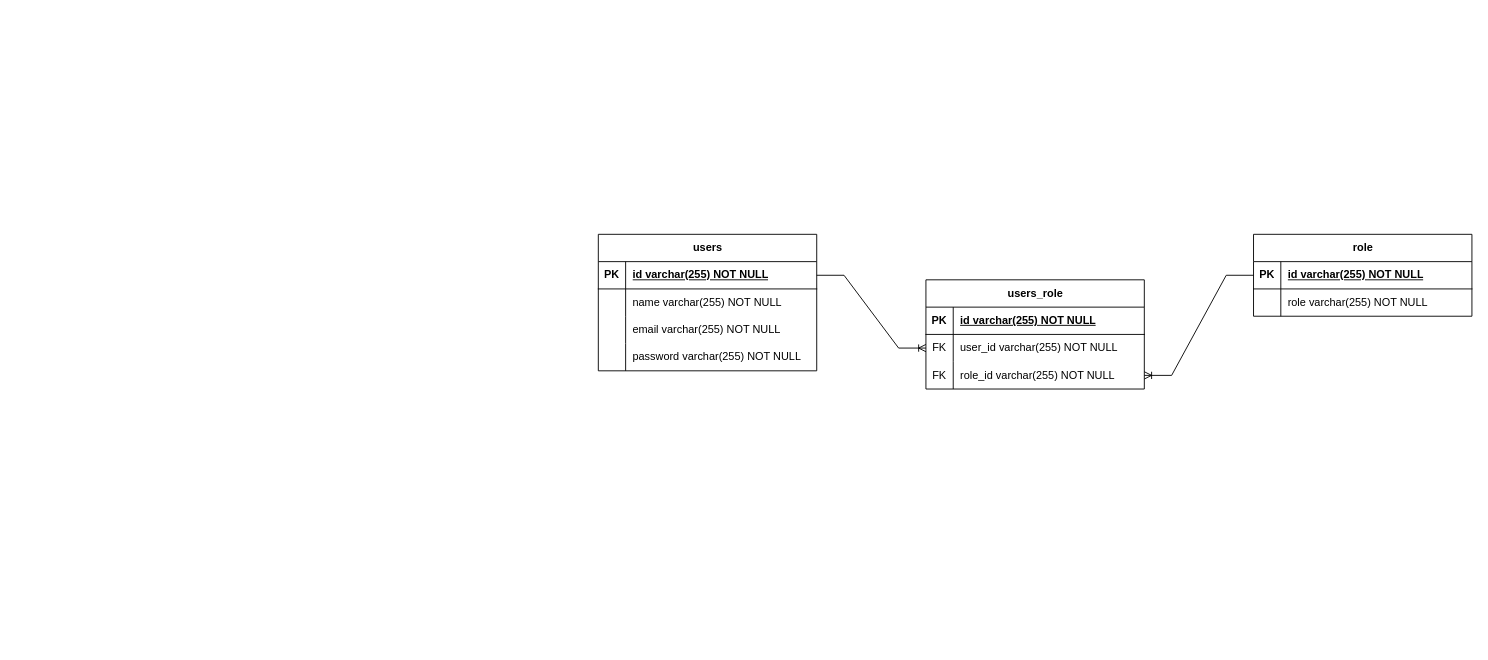
Above: Untitled Diagram.drawio in isalzufari/sayembaara (draw.io), before the change. Source tidied: cells renumbered, new cells numbered last; positions are measured from the earlier drawing's top-left corner, leaving out a move shared by most shapes. Both pictures are drawn from the tidied source at 91%, with x=0, y=0 at pixel (598, 234).
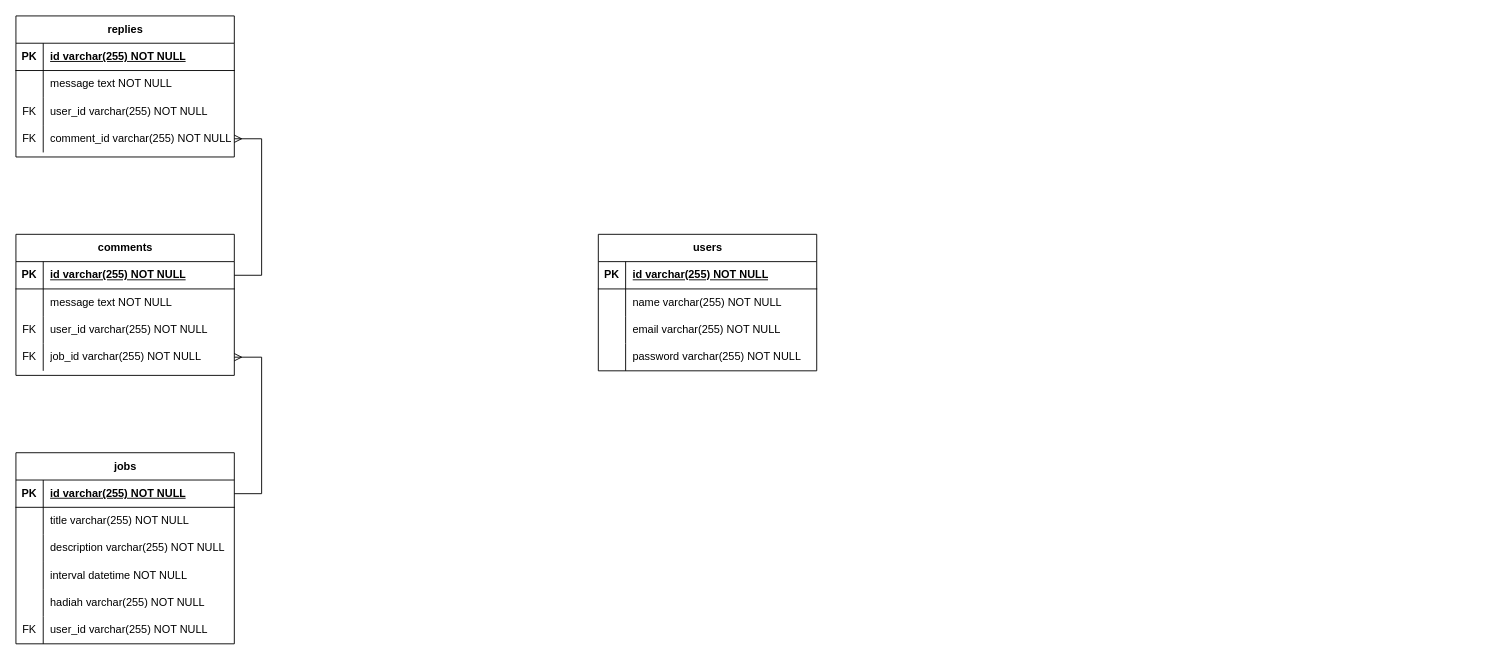
After the change.

Commit message:
ERD: Job Comment Reply

Unchanged cells that the change refers to:
```xml
<mxCell id="3" style="shape=tableRow;horizontal=0;startSize=0;swimlaneHead=0;swimlaneBody=0;fillColor=none;points=[[0,0.5],[1,0.5]];portConstraint=eastwest;top=0;left=0;right=0;bottom=1;" parent="2" vertex="1">
  <mxGeometry y="30" width="240" height="30" as="geometry" />
</mxCell>
```

The edit, as a diff of the source:
```diff
@@
-    <mxCell id="15" value="role" style="shape=table;startSize=30;childLayout=tableLayout;rowLines=0;fontStyle=1;align=center;html=1;" parent="1" vertex="1">
-      <mxGeometry x="720" width="240" height="90" as="geometry" />
-    </mxCell>
-    <mxCell id="16" style="shape=tableRow;horizontal=0;startSize=0;swimlaneHead=0;swimlaneBody=0;fillColor=none;points=[[0,0.5],[1,0.5]];portConstraint=eastwest;top=0;left=0;right=0;bottom=1;" parent="15" vertex="1">
-      <mxGeometry y="30" width="240" height="30" as="geometry" />
-    </mxCell>
-    <mxCell id="17" value="PK" style="shape=partialRectangle;fillColor=none;top=0;left=0;bottom=0;right=0;fontStyle=1;overflow=hidden;whiteSpace=wrap;html=1;" parent="16" vertex="1">
-      <mxGeometry width="30" height="30" as="geometry" />
-    </mxCell>
-    <mxCell id="18" value="id varchar(255) NOT NULL" style="shape=partialRectangle;fillColor=none;top=0;left=0;bottom=0;right=0;align=left;spacingLeft=6;fontStyle=5;overflow=hidden;whiteSpace=wrap;html=1;" parent="16" vertex="1">
-      <mxGeometry x="30" width="210" height="30" as="geometry" />
-    </mxCell>
-    <mxCell id="19" style="shape=tableRow;horizontal=0;startSize=0;swimlaneHead=0;swimlaneBody=0;fillColor=none;top=0;left=0;right=0;bottom=0;" parent="15" vertex="1">
-      <mxGeometry y="60" width="240" height="30" as="geometry" />
-    </mxCell>
-    <mxCell id="20" style="shape=partialRectangle;fillColor=none;top=0;left=0;bottom=0;right=0;overflow=hidden;whiteSpace=wrap;html=1;" parent="19" vertex="1">
-      <mxGeometry width="30" height="30" as="geometry" />
-    </mxCell>
-    <mxCell id="21" value="role varchar(255) NOT NULL" style="shape=partialRectangle;fillColor=none;top=0;left=0;bottom=0;right=0;align=left;spacingLeft=6;overflow=hidden;whiteSpace=wrap;html=1;" parent="19" vertex="1">
-      <mxGeometry x="30" width="210" height="30" as="geometry" />
-    </mxCell>
-    <mxCell id="22" value="users_role" style="shape=table;startSize=30;childLayout=tableLayout;rowLines=0;fontStyle=1;align=center;html=1;" parent="1" vertex="1">
-      <mxGeometry x="360" y="50" width="240" height="120" as="geometry" />
-    </mxCell>
-    <mxCell id="23" style="shape=tableRow;horizontal=0;startSize=0;swimlaneHead=0;swimlaneBody=0;fillColor=none;top=0;left=0;right=0;bottom=1;" parent="22" vertex="1">
-      <mxGeometry y="30" width="240" height="30" as="geometry" />
-    </mxCell>
-    <mxCell id="24" value="PK" style="shape=partialRectangle;fillColor=none;top=0;left=0;bottom=0;right=0;fontStyle=1;overflow=hidden;whiteSpace=wrap;html=1;" parent="23" vertex="1">
-      <mxGeometry width="30" height="30" as="geometry" />
-    </mxCell>
-    <mxCell id="25" value="id varchar(255) NOT NULL" style="shape=partialRectangle;fillColor=none;top=0;left=0;bottom=0;right=0;align=left;spacingLeft=6;fontStyle=5;overflow=hidden;whiteSpace=wrap;html=1;" parent="23" vertex="1">
-      <mxGeometry x="30" width="210" height="30" as="geometry" />
-    </mxCell>
-    <mxCell id="26" style="shape=tableRow;horizontal=0;startSize=0;swimlaneHead=0;swimlaneBody=0;fillColor=none;points=[[0,0.5],[1,0.5]];portConstraint=eastwest;top=0;left=0;right=0;bottom=0;" parent="22" vertex="1">
-      <mxGeometry y="60" width="240" height="30" as="geometry" />
-    </mxCell>
-    <mxCell id="27" value="FK" style="shape=partialRectangle;fillColor=none;top=0;left=0;bottom=0;right=0;overflow=hidden;whiteSpace=wrap;html=1;" parent="26" vertex="1">
-      <mxGeometry width="30" height="30" as="geometry" />
-    </mxCell>
-    <mxCell id="28" value="user_id varchar(255) NOT NULL" style="shape=partialRectangle;fillColor=none;top=0;left=0;bottom=0;right=0;align=left;spacingLeft=6;overflow=hidden;whiteSpace=wrap;html=1;" parent="26" vertex="1">
-      <mxGeometry x="30" width="210" height="30" as="geometry" />
-    </mxCell>
-    <mxCell id="29" style="shape=tableRow;horizontal=0;startSize=0;swimlaneHead=0;swimlaneBody=0;fillColor=none;points=[[0,0.5],[1,0.5]];portConstraint=eastwest;top=0;left=0;right=0;bottom=0;" parent="22" vertex="1">
-      <mxGeometry y="90" width="240" height="30" as="geometry" />
-    </mxCell>
-    <mxCell id="30" value="FK" style="shape=partialRectangle;fillColor=none;top=0;left=0;bottom=0;right=0;overflow=hidden;whiteSpace=wrap;html=1;" parent="29" vertex="1">
-      <mxGeometry width="30" height="30" as="geometry" />
-    </mxCell>
-    <mxCell id="31" value="role_id varchar(255) NOT NULL" style="shape=partialRectangle;fillColor=none;top=0;left=0;bottom=0;right=0;align=left;spacingLeft=6;overflow=hidden;whiteSpace=wrap;html=1;" parent="29" vertex="1">
-      <mxGeometry x="30" width="210" height="30" as="geometry" />
-    </mxCell>
-    <mxCell id="32" style="edgeStyle=entityRelationEdgeStyle;fontSize=12;html=1;endArrow=ERoneToMany;rounded=0;" parent="1" edge="1" source="3" target="26">
-      <mxGeometry relative="1" as="geometry" />
-    </mxCell>
-    <mxCell id="33" style="edgeStyle=entityRelationEdgeStyle;fontSize=12;html=1;endArrow=ERoneToMany;rounded=0;" parent="1" edge="1" source="16" target="29">
-      <mxGeometry relative="1" as="geometry" />
-    </mxCell>
+    <mxCell id="34" value="jobs" style="shape=table;startSize=30;childLayout=tableLayout;rowLines=0;fontStyle=1;align=center;html=1;" parent="1" vertex="1">
+      <mxGeometry x="-640" y="240" width="240" height="210" as="geometry" />
+    </mxCell>
+    <mxCell id="35" style="shape=tableRow;horizontal=0;startSize=0;swimlaneHead=0;swimlaneBody=0;fillColor=none;points=[[0,0.5],[1,0.5]];portConstraint=eastwest;top=0;left=0;right=0;bottom=1;" parent="34" vertex="1">
+      <mxGeometry y="30" width="240" height="30" as="geometry" />
+    </mxCell>
+    <mxCell id="36" value="PK" style="shape=partialRectangle;fillColor=none;top=0;left=0;bottom=0;right=0;fontStyle=1;overflow=hidden;whiteSpace=wrap;html=1;" parent="35" vertex="1">
+      <mxGeometry width="30" height="30" as="geometry" />
+    </mxCell>
+    <mxCell id="37" value="id varchar(255) NOT NULL" style="shape=partialRectangle;fillColor=none;top=0;left=0;bottom=0;right=0;align=left;spacingLeft=6;fontStyle=5;overflow=hidden;whiteSpace=wrap;html=1;" parent="35" vertex="1">
+      <mxGeometry x="30" width="210" height="30" as="geometry" />
+    </mxCell>
+    <mxCell id="38" style="shape=tableRow;horizontal=0;startSize=0;swimlaneHead=0;swimlaneBody=0;fillColor=none;top=0;left=0;right=0;bottom=0;" parent="34" vertex="1">
+      <mxGeometry y="60" width="240" height="30" as="geometry" />
+    </mxCell>
+    <mxCell id="39" style="shape=partialRectangle;fillColor=none;top=0;left=0;bottom=0;right=0;overflow=hidden;whiteSpace=wrap;html=1;" parent="38" vertex="1">
+      <mxGeometry width="30" height="30" as="geometry" />
+    </mxCell>
+    <mxCell id="40" value="title varchar(255) NOT NULL" style="shape=partialRectangle;fillColor=none;top=0;left=0;bottom=0;right=0;align=left;spacingLeft=6;overflow=hidden;whiteSpace=wrap;html=1;" parent="38" vertex="1">
+      <mxGeometry x="30" width="210" height="30" as="geometry" />
+    </mxCell>
+    <mxCell id="41" style="shape=tableRow;horizontal=0;startSize=0;swimlaneHead=0;swimlaneBody=0;fillColor=none;top=0;left=0;right=0;bottom=0;" parent="34" vertex="1">
+      <mxGeometry y="90" width="240" height="30" as="geometry" />
+    </mxCell>
+    <mxCell id="42" style="shape=partialRectangle;fillColor=none;top=0;left=0;bottom=0;right=0;overflow=hidden;whiteSpace=wrap;html=1;" parent="41" vertex="1">
+      <mxGeometry width="30" height="30" as="geometry" />
+    </mxCell>
+    <mxCell id="43" value="description varchar(255) NOT NULL" style="shape=partialRectangle;fillColor=none;top=0;left=0;bottom=0;right=0;align=left;spacingLeft=6;overflow=hidden;whiteSpace=wrap;html=1;" parent="41" vertex="1">
+      <mxGeometry x="30" width="210" height="30" as="geometry" />
+    </mxCell>
+    <mxCell id="44" style="shape=tableRow;horizontal=0;startSize=0;swimlaneHead=0;swimlaneBody=0;fillColor=none;top=0;left=0;right=0;bottom=0;" parent="34" vertex="1">
+      <mxGeometry y="120" width="240" height="30" as="geometry" />
+    </mxCell>
+    <mxCell id="45" style="shape=partialRectangle;fillColor=none;top=0;left=0;bottom=0;right=0;overflow=hidden;whiteSpace=wrap;html=1;" parent="44" vertex="1">
+      <mxGeometry width="30" height="30" as="geometry" />
+    </mxCell>
+    <mxCell id="46" value="interval datetime NOT NULL" style="shape=partialRectangle;fillColor=none;top=0;left=0;bottom=0;right=0;align=left;spacingLeft=6;overflow=hidden;whiteSpace=wrap;html=1;" parent="44" vertex="1">
+      <mxGeometry x="30" width="210" height="30" as="geometry" />
+    </mxCell>
+    <mxCell id="47" style="shape=tableRow;horizontal=0;startSize=0;swimlaneHead=0;swimlaneBody=0;fillColor=none;top=0;left=0;right=0;bottom=0;" parent="34" vertex="1">
+      <mxGeometry y="150" width="240" height="30" as="geometry" />
+    </mxCell>
+    <mxCell id="48" style="shape=partialRectangle;fillColor=none;top=0;left=0;bottom=0;right=0;overflow=hidden;whiteSpace=wrap;html=1;" parent="47" vertex="1">
+      <mxGeometry width="30" height="30" as="geometry" />
+    </mxCell>
+    <mxCell id="49" value="hadiah varchar(255) NOT NULL" style="shape=partialRectangle;fillColor=none;top=0;left=0;bottom=0;right=0;align=left;spacingLeft=6;overflow=hidden;whiteSpace=wrap;html=1;" parent="47" vertex="1">
+      <mxGeometry x="30" width="210" height="30" as="geometry" />
+    </mxCell>
+    <mxCell id="50" style="shape=tableRow;horizontal=0;startSize=0;swimlaneHead=0;swimlaneBody=0;fillColor=none;top=0;left=0;right=0;bottom=0;" parent="34" vertex="1">
+      <mxGeometry y="180" width="240" height="30" as="geometry" />
+    </mxCell>
+    <mxCell id="51" value="FK" style="shape=partialRectangle;fillColor=none;top=0;left=0;bottom=0;right=0;overflow=hidden;whiteSpace=wrap;html=1;" parent="50" vertex="1">
+      <mxGeometry width="30" height="30" as="geometry" />
+    </mxCell>
+    <mxCell id="52" value="user_id varchar(255) NOT NULL" style="shape=partialRectangle;fillColor=none;top=0;left=0;bottom=0;right=0;align=left;spacingLeft=6;overflow=hidden;whiteSpace=wrap;html=1;" parent="50" vertex="1">
+      <mxGeometry x="30" width="210" height="30" as="geometry" />
+    </mxCell>
+    <mxCell id="53" value="comments" style="shape=table;startSize=30;childLayout=tableLayout;rowLines=0;fontStyle=1;align=center;html=1;" parent="1" vertex="1">
+      <mxGeometry x="-640" width="240" height="155" as="geometry" />
+    </mxCell>
+    <mxCell id="54" style="shape=tableRow;horizontal=0;startSize=0;swimlaneHead=0;swimlaneBody=0;fillColor=none;points=[[0,0.5],[1,0.5]];portConstraint=eastwest;top=0;left=0;right=0;bottom=1;" parent="53" vertex="1">
+      <mxGeometry y="30" width="240" height="30" as="geometry" />
+    </mxCell>
+    <mxCell id="55" value="PK" style="shape=partialRectangle;fillColor=none;top=0;left=0;bottom=0;right=0;fontStyle=1;overflow=hidden;whiteSpace=wrap;html=1;" parent="54" vertex="1">
+      <mxGeometry width="30" height="30" as="geometry" />
+    </mxCell>
+    <mxCell id="56" value="id varchar(255) NOT NULL" style="shape=partialRectangle;fillColor=none;top=0;left=0;bottom=0;right=0;align=left;spacingLeft=6;fontStyle=5;overflow=hidden;whiteSpace=wrap;html=1;" parent="54" vertex="1">
+      <mxGeometry x="30" width="210" height="30" as="geometry" />
+    </mxCell>
+    <mxCell id="57" style="shape=tableRow;horizontal=0;startSize=0;swimlaneHead=0;swimlaneBody=0;fillColor=none;top=0;left=0;right=0;bottom=0;" parent="53" vertex="1">
+      <mxGeometry y="60" width="240" height="30" as="geometry" />
+    </mxCell>
+    <mxCell id="58" style="shape=partialRectangle;fillColor=none;top=0;left=0;bottom=0;right=0;overflow=hidden;whiteSpace=wrap;html=1;" parent="57" vertex="1">
+      <mxGeometry width="30" height="30" as="geometry" />
+    </mxCell>
+    <mxCell id="59" value="message text NOT NULL" style="shape=partialRectangle;fillColor=none;top=0;left=0;bottom=0;right=0;align=left;spacingLeft=6;overflow=hidden;whiteSpace=wrap;html=1;" parent="57" vertex="1">
+      <mxGeometry x="30" width="210" height="30" as="geometry" />
+    </mxCell>
+    <mxCell id="60" style="shape=tableRow;horizontal=0;startSize=0;swimlaneHead=0;swimlaneBody=0;fillColor=none;top=0;left=0;right=0;bottom=0;" parent="53" vertex="1">
+      <mxGeometry y="90" width="240" height="30" as="geometry" />
+    </mxCell>
+    <mxCell id="61" value="FK" style="shape=partialRectangle;fillColor=none;top=0;left=0;bottom=0;right=0;overflow=hidden;whiteSpace=wrap;html=1;" parent="60" vertex="1">
+      <mxGeometry width="30" height="30" as="geometry" />
+    </mxCell>
+    <mxCell id="62" value="user_id varchar(255) NOT NULL" style="shape=partialRectangle;fillColor=none;top=0;left=0;bottom=0;right=0;align=left;spacingLeft=6;overflow=hidden;whiteSpace=wrap;html=1;" parent="60" vertex="1">
+      <mxGeometry x="30" width="210" height="30" as="geometry" />
+    </mxCell>
+    <mxCell id="63" style="shape=tableRow;horizontal=0;startSize=0;swimlaneHead=0;swimlaneBody=0;fillColor=none;points=[[0,0.5],[1,0.5]];portConstraint=eastwest;top=0;left=0;right=0;bottom=0;" parent="53" vertex="1">
+      <mxGeometry y="120" width="240" height="30" as="geometry" />
+    </mxCell>
+    <mxCell id="64" value="FK" style="shape=partialRectangle;fillColor=none;top=0;left=0;bottom=0;right=0;overflow=hidden;whiteSpace=wrap;html=1;" parent="63" vertex="1">
+      <mxGeometry width="30" height="30" as="geometry" />
+    </mxCell>
+    <mxCell id="65" value="job_id varchar(255) NOT NULL" style="shape=partialRectangle;fillColor=none;top=0;left=0;bottom=0;right=0;align=left;spacingLeft=6;overflow=hidden;whiteSpace=wrap;html=1;" parent="63" vertex="1">
+      <mxGeometry x="30" width="210" height="30" as="geometry" />
+    </mxCell>
+    <mxCell id="66" value="replies" style="shape=table;startSize=30;childLayout=tableLayout;rowLines=0;fontStyle=1;align=center;html=1;" parent="1" vertex="1">
+      <mxGeometry x="-640" y="-240" width="240" height="155" as="geometry" />
+    </mxCell>
+    <mxCell id="67" style="shape=tableRow;horizontal=0;startSize=0;swimlaneHead=0;swimlaneBody=0;fillColor=none;top=0;left=0;right=0;bottom=1;" parent="66" vertex="1">
+      <mxGeometry y="30" width="240" height="30" as="geometry" />
+    </mxCell>
+    <mxCell id="68" value="PK" style="shape=partialRectangle;fillColor=none;top=0;left=0;bottom=0;right=0;fontStyle=1;overflow=hidden;whiteSpace=wrap;html=1;" parent="67" vertex="1">
+      <mxGeometry width="30" height="30" as="geometry" />
+    </mxCell>
+    <mxCell id="69" value="id varchar(255) NOT NULL" style="shape=partialRectangle;fillColor=none;top=0;left=0;bottom=0;right=0;align=left;spacingLeft=6;fontStyle=5;overflow=hidden;whiteSpace=wrap;html=1;" parent="67" vertex="1">
+      <mxGeometry x="30" width="210" height="30" as="geometry" />
+    </mxCell>
+    <mxCell id="70" style="shape=tableRow;horizontal=0;startSize=0;swimlaneHead=0;swimlaneBody=0;fillColor=none;top=0;left=0;right=0;bottom=0;" parent="66" vertex="1">
+      <mxGeometry y="60" width="240" height="30" as="geometry" />
+    </mxCell>
+    <mxCell id="71" style="shape=partialRectangle;fillColor=none;top=0;left=0;bottom=0;right=0;overflow=hidden;whiteSpace=wrap;html=1;" parent="70" vertex="1">
+      <mxGeometry width="30" height="30" as="geometry" />
+    </mxCell>
+    <mxCell id="72" value="message text NOT NULL" style="shape=partialRectangle;fillColor=none;top=0;left=0;bottom=0;right=0;align=left;spacingLeft=6;overflow=hidden;whiteSpace=wrap;html=1;" parent="70" vertex="1">
+      <mxGeometry x="30" width="210" height="30" as="geometry" />
+    </mxCell>
+    <mxCell id="73" style="shape=tableRow;horizontal=0;startSize=0;swimlaneHead=0;swimlaneBody=0;fillColor=none;top=0;left=0;right=0;bottom=0;" parent="66" vertex="1">
+      <mxGeometry y="90" width="240" height="30" as="geometry" />
+    </mxCell>
+    <mxCell id="74" value="FK" style="shape=partialRectangle;fillColor=none;top=0;left=0;bottom=0;right=0;overflow=hidden;whiteSpace=wrap;html=1;" parent="73" vertex="1">
+      <mxGeometry width="30" height="30" as="geometry" />
+    </mxCell>
+    <mxCell id="75" value="user_id varchar(255) NOT NULL" style="shape=partialRectangle;fillColor=none;top=0;left=0;bottom=0;right=0;align=left;spacingLeft=6;overflow=hidden;whiteSpace=wrap;html=1;" parent="73" vertex="1">
+      <mxGeometry x="30" width="210" height="30" as="geometry" />
+    </mxCell>
+    <mxCell id="76" style="shape=tableRow;horizontal=0;startSize=0;swimlaneHead=0;swimlaneBody=0;fillColor=none;points=[[0,0.5],[1,0.5]];portConstraint=eastwest;top=0;left=0;right=0;bottom=0;" parent="66" vertex="1">
+      <mxGeometry y="120" width="240" height="30" as="geometry" />
+    </mxCell>
+    <mxCell id="77" value="FK" style="shape=partialRectangle;fillColor=none;top=0;left=0;bottom=0;right=0;overflow=hidden;whiteSpace=wrap;html=1;" parent="76" vertex="1">
+      <mxGeometry width="30" height="30" as="geometry" />
+    </mxCell>
+    <mxCell id="78" value="comment_id varchar(255) NOT NULL" style="shape=partialRectangle;fillColor=none;top=0;left=0;bottom=0;right=0;align=left;spacingLeft=6;overflow=hidden;whiteSpace=wrap;html=1;" parent="76" vertex="1">
+      <mxGeometry x="30" width="210" height="30" as="geometry" />
+    </mxCell>
+    <mxCell id="79" style="edgeStyle=entityRelationEdgeStyle;fontSize=12;html=1;endArrow=ERmany;rounded=0;" parent="1" edge="1" source="54" target="76">
+      <mxGeometry relative="1" as="geometry" />
+    </mxCell>
+    <mxCell id="80" style="edgeStyle=entityRelationEdgeStyle;fontSize=12;html=1;endArrow=ERmany;rounded=0;" parent="1" edge="1" source="35" target="63">
+      <mxGeometry relative="1" as="geometry" />
+    </mxCell>
```
